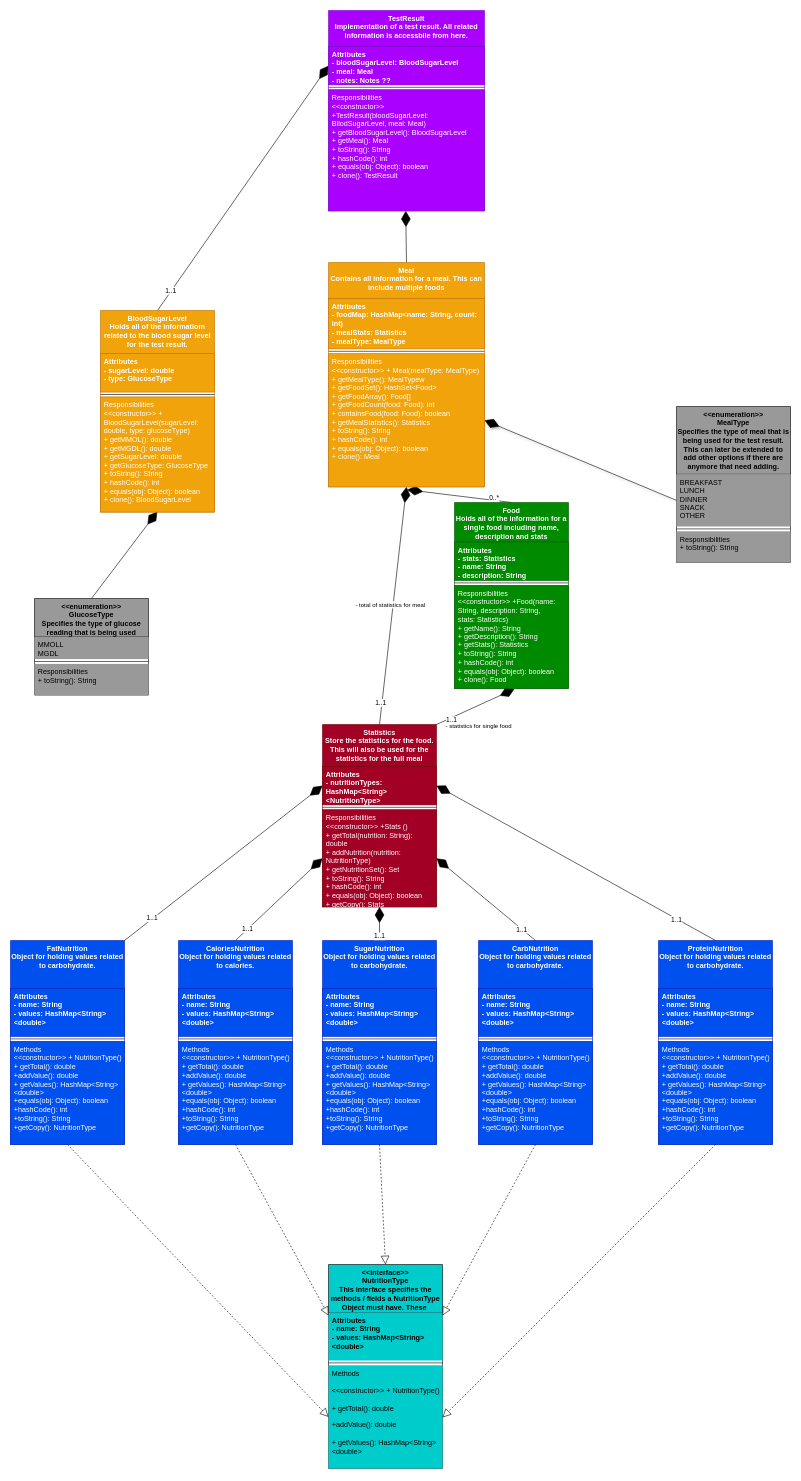
Above: Docs/ProjectLayout.drawio in dave-t-c/test-result (draw.io), before the change. Source tidied: cells renumbered, new cells numbered last; positions are measured from the earlier drawing's top-left corner, leaving out a move shared by most shapes. Both pictures are drawn from the tidied source at 60%, with x=0, y=0 at pixel (10, 10).
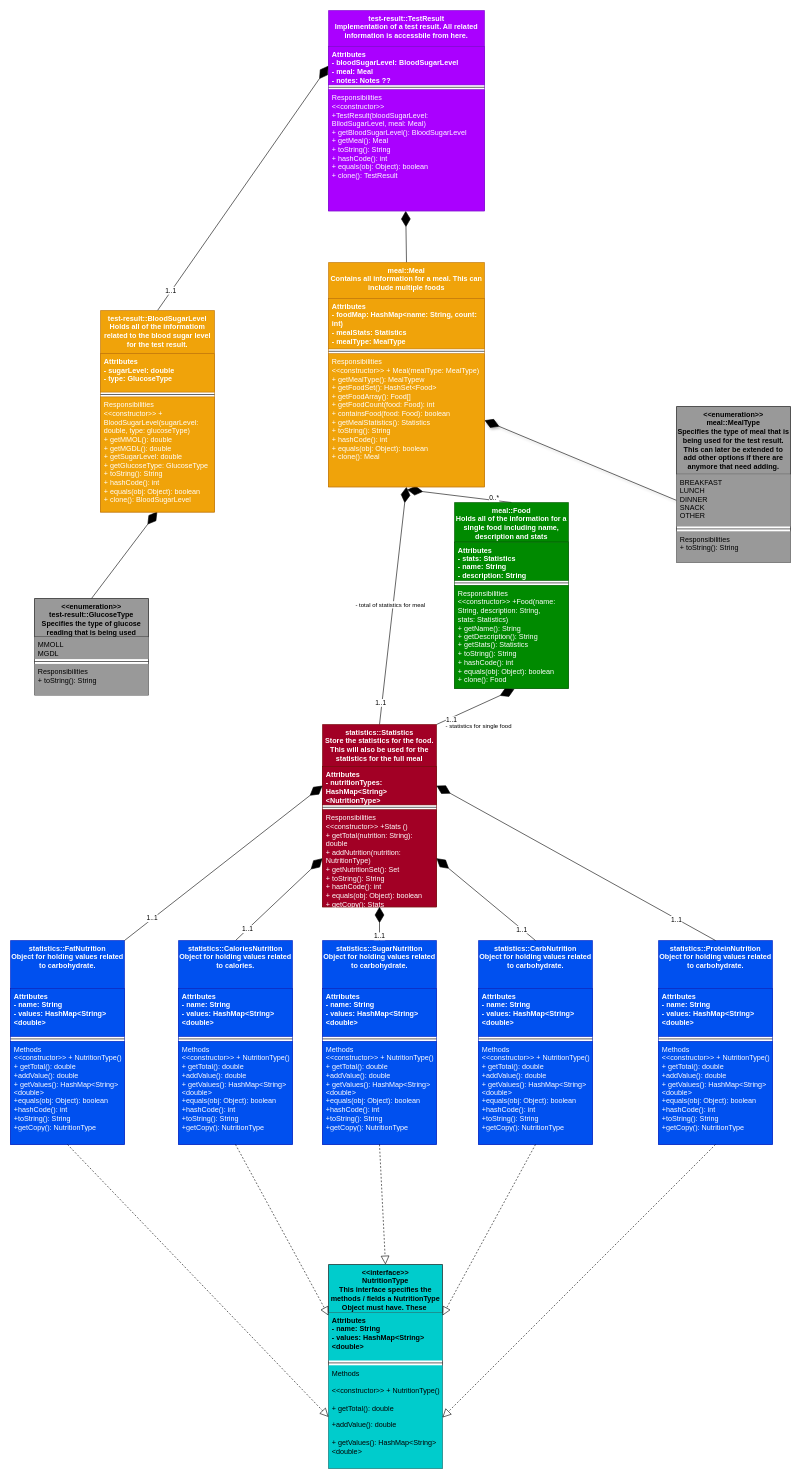
The same diagram, later.

Commit message:
Add package info to class diagram.

Add the packages that the classes are going to be in to the class
diagram.

Diff of the diagram source:
```diff
@@
-    <mxCell id="15" value="TestResult&#10;Implementation of a test result. All related information is accessbile from here." style="swimlane;fontStyle=1;align=center;verticalAlign=top;horizontal=1;startSize=60;whiteSpace=wrap;fillColor=#aa00ff;strokeColor=#7700CC;fontColor=#ffffff;" parent="1" vertex="1">
+    <mxCell id="15" value="test-result::TestResult&#10;Implementation of a test result. All related information is accessbile from here." style="swimlane;fontStyle=1;align=center;verticalAlign=top;horizontal=1;startSize=60;whiteSpace=wrap;fillColor=#aa00ff;strokeColor=#7700CC;fontColor=#ffffff;" parent="1" vertex="1">
       <mxGeometry x="530" width="260" height="334" as="geometry" />
     </mxCell>
@@
-    <mxCell id="19" value="BloodSugarLevel&#10;Holds all of the informatiom related to the blood sugar level for the test result." style="swimlane;fontStyle=1;align=center;verticalAlign=top;horizontal=1;startSize=72;whiteSpace=wrap;fillColor=#f0a30a;strokeColor=#BD7000;fontColor=#ffffff;" parent="1" vertex="1">
+    <mxCell id="19" value="test-result::BloodSugarLevel&#10;Holds all of the informatiom related to the blood sugar level for the test result." style="swimlane;fontStyle=1;align=center;verticalAlign=top;horizontal=1;startSize=72;whiteSpace=wrap;fillColor=#f0a30a;strokeColor=#BD7000;fontColor=#ffffff;" parent="1" vertex="1">
       <mxGeometry x="150" y="500" width="190" height="336" as="geometry" />
     </mxCell>
@@
-    <mxCell id="23" value="&lt;&lt;enumeration&gt;&gt;&#10;MealType&#10;Specifies the type of meal that is being used for the test result. This can later be extended to add other options if there are anymore that need adding." style="swimlane;fontStyle=1;align=center;verticalAlign=top;horizontal=1;startSize=113;whiteSpace=wrap;fillColor=#999999;" parent="1" vertex="1">
+    <mxCell id="23" value="&lt;&lt;enumeration&gt;&gt;&#10;meal::MealType&#10;Specifies the type of meal that is being used for the test result. This can later be extended to add other options if there are anymore that need adding." style="swimlane;fontStyle=1;align=center;verticalAlign=top;horizontal=1;startSize=113;whiteSpace=wrap;fillColor=#999999;" parent="1" vertex="1">
       <mxGeometry x="1110" y="660" width="190" height="260" as="geometry" />
     </mxCell>
@@
-    <mxCell id="27" value="Meal&#10;Contains all information for a meal. This can include multiple foods" style="swimlane;fontStyle=1;align=center;verticalAlign=top;horizontal=1;startSize=60;whiteSpace=wrap;fillColor=#f0a30a;strokeColor=#BD7000;fontColor=#ffffff;" parent="1" vertex="1">
+    <mxCell id="27" value="meal::Meal&#10;Contains all information for a meal. This can include multiple foods" style="swimlane;fontStyle=1;align=center;verticalAlign=top;horizontal=1;startSize=60;whiteSpace=wrap;fillColor=#f0a30a;strokeColor=#BD7000;fontColor=#ffffff;" parent="1" vertex="1">
       <mxGeometry x="530" y="420" width="260" height="374" as="geometry" />
     </mxCell>
@@
-    <mxCell id="31" value="ProteinNutrition&#10;Object for holding values related to carbohydrate." style="swimlane;fontStyle=1;align=center;verticalAlign=top;horizontal=1;startSize=80;whiteSpace=wrap;fillColor=#0050ef;strokeColor=#001DBC;fontColor=#ffffff;" parent="1" vertex="1">
+    <mxCell id="31" value="statistics::ProteinNutrition&#10;Object for holding values related to carbohydrate." style="swimlane;fontStyle=1;align=center;verticalAlign=top;horizontal=1;startSize=80;whiteSpace=wrap;fillColor=#0050ef;strokeColor=#001DBC;fontColor=#ffffff;" parent="1" vertex="1">
       <mxGeometry x="1080" y="1550" width="190" height="340" as="geometry" />
     </mxCell>
@@
-    <mxCell id="35" value="CarbNutrition&#10;Object for holding values related to carbohydrate." style="swimlane;fontStyle=1;align=center;verticalAlign=top;horizontal=1;startSize=80;whiteSpace=wrap;fillColor=#0050ef;strokeColor=#001DBC;fontColor=#ffffff;" parent="1" vertex="1">
+    <mxCell id="35" value="statistics::CarbNutrition&#10;Object for holding values related to carbohydrate." style="swimlane;fontStyle=1;align=center;verticalAlign=top;horizontal=1;startSize=80;whiteSpace=wrap;fillColor=#0050ef;strokeColor=#001DBC;fontColor=#ffffff;" parent="1" vertex="1">
       <mxGeometry x="780" y="1550" width="190" height="340" as="geometry" />
     </mxCell>
@@
-    <mxCell id="39" value="SugarNutrition&#10;Object for holding values related to carbohydrate." style="swimlane;fontStyle=1;align=center;verticalAlign=top;horizontal=1;startSize=80;whiteSpace=wrap;fillColor=#0050ef;strokeColor=#001DBC;fontColor=#ffffff;" parent="1" vertex="1">
+    <mxCell id="39" value="statistics::SugarNutrition&#10;Object for holding values related to carbohydrate." style="swimlane;fontStyle=1;align=center;verticalAlign=top;horizontal=1;startSize=80;whiteSpace=wrap;fillColor=#0050ef;strokeColor=#001DBC;fontColor=#ffffff;" parent="1" vertex="1">
       <mxGeometry x="520" y="1550" width="190" height="340" as="geometry" />
     </mxCell>
@@
-    <mxCell id="43" value="Food&#10;Holds all of the information for a single food including name, description and stats" style="swimlane;fontStyle=1;align=center;verticalAlign=top;horizontal=1;startSize=66;whiteSpace=wrap;fillColor=#008a00;strokeColor=#005700;fontColor=#ffffff;" parent="1" vertex="1">
+    <mxCell id="43" value="meal::Food&#10;Holds all of the information for a single food including name, description and stats" style="swimlane;fontStyle=1;align=center;verticalAlign=top;horizontal=1;startSize=66;whiteSpace=wrap;fillColor=#008a00;strokeColor=#005700;fontColor=#ffffff;" parent="1" vertex="1">
       <mxGeometry x="740" y="820" width="190" height="310" as="geometry" />
     </mxCell>
@@
-    <mxCell id="47" value="Statistics&#10;Store the statistics for the food. This will also be used for the statistics for the full meal" style="swimlane;fontStyle=1;align=center;verticalAlign=top;horizontal=1;startSize=70;whiteSpace=wrap;fillColor=#a20025;strokeColor=#6F0000;fontColor=#ffffff;" parent="1" vertex="1">
+    <mxCell id="47" value="statistics::Statistics&#10;Store the statistics for the food. This will also be used for the statistics for the full meal" style="swimlane;fontStyle=1;align=center;verticalAlign=top;horizontal=1;startSize=70;whiteSpace=wrap;fillColor=#a20025;strokeColor=#6F0000;fontColor=#ffffff;" parent="1" vertex="1">
       <mxGeometry x="520" y="1190" width="190" height="304" as="geometry" />
     </mxCell>
@@
-    <mxCell id="51" value="&lt;&lt;enumeration&gt;&gt;&#10;GlucoseType&#10;Specifies the type of glucose reading that is being used" style="swimlane;fontStyle=1;align=center;verticalAlign=top;horizontal=1;startSize=64;whiteSpace=wrap;fillColor=#999999;" parent="1" vertex="1">
+    <mxCell id="51" value="&lt;&lt;enumeration&gt;&gt;&#10;test-result::GlucoseType&#10;Specifies the type of glucose reading that is being used" style="swimlane;fontStyle=1;align=center;verticalAlign=top;horizontal=1;startSize=64;whiteSpace=wrap;fillColor=#999999;" parent="1" vertex="1">
       <mxGeometry x="40" y="980" width="190" height="161" as="geometry" />
     </mxCell>
@@
-    <mxCell id="55" value="FatNutrition&#10;Object for holding values related to carbohydrate." style="swimlane;fontStyle=1;align=center;verticalAlign=top;horizontal=1;startSize=80;whiteSpace=wrap;fillColor=#0050ef;strokeColor=#001DBC;fontColor=#ffffff;" parent="1" vertex="1">
+    <mxCell id="55" value="statistics::FatNutrition&#10;Object for holding values related to carbohydrate." style="swimlane;fontStyle=1;align=center;verticalAlign=top;horizontal=1;startSize=80;whiteSpace=wrap;fillColor=#0050ef;strokeColor=#001DBC;fontColor=#ffffff;" parent="1" vertex="1">
       <mxGeometry y="1550" width="190" height="340" as="geometry" />
     </mxCell>
@@
-    <mxCell id="59" value="CaloriesNutrition&#10;Object for holding values related to calories." style="swimlane;fontStyle=1;align=center;verticalAlign=top;horizontal=1;startSize=80;whiteSpace=wrap;fillColor=#0050ef;strokeColor=#001DBC;fontColor=#ffffff;" parent="1" vertex="1">
+    <mxCell id="59" value="statistics::CaloriesNutrition&#10;Object for holding values related to calories." style="swimlane;fontStyle=1;align=center;verticalAlign=top;horizontal=1;startSize=80;whiteSpace=wrap;fillColor=#0050ef;strokeColor=#001DBC;fontColor=#ffffff;" parent="1" vertex="1">
       <mxGeometry x="280" y="1550" width="190" height="340" as="geometry" />
     </mxCell>
```
